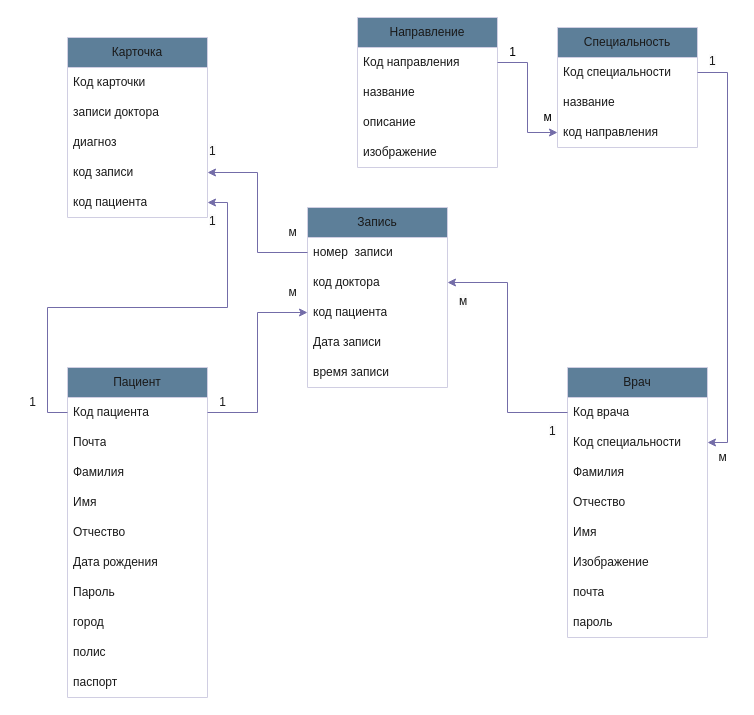
Natalua9/kyrsovay keeps this draw.io diagram as документы по курсовому наташа/ERD диаграмма.drawio. Above is the earlier version. Source tidied: cells renumbered, new cells numbered last; positions are measured from the earlier drawing's top-left corner, leaving out a move shared by most shapes. Both pictures are drawn from the tidied source at 100%, with x=0, y=0 at pixel (17, 17).
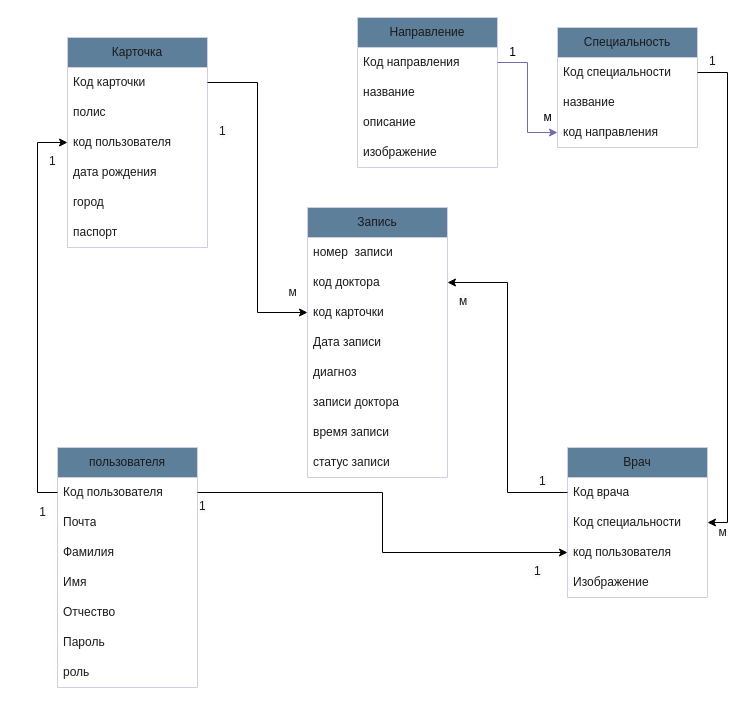
The same diagram, later.

Commit message (it also covers changes not shown here):
документация и диаграммы

Unchanged cells that the change refers to:
```xml
<mxCell id="14" value="Код врача" style="text;strokeColor=none;fillColor=none;align=left;verticalAlign=middle;spacingLeft=4;spacingRight=4;overflow=hidden;points=[[0,0.5],[1,0.5]];portConstraint=eastwest;whiteSpace=wrap;html=1;labelBackgroundColor=none;fontColor=#1A1A1A;" parent="13" vertex="1">
  <mxGeometry y="30" width="140" height="30" as="geometry" />
</mxCell>
<mxCell id="15" value="Код специальности" style="text;strokeColor=none;fillColor=none;align=left;verticalAlign=middle;spacingLeft=4;spacingRight=4;overflow=hidden;points=[[0,0.5],[1,0.5]];portConstraint=eastwest;whiteSpace=wrap;html=1;labelBackgroundColor=none;fontColor=#1A1A1A;" parent="13" vertex="1">
  <mxGeometry y="60" width="140" height="30" as="geometry" />
</mxCell>
<mxCell id="23" value="Код карточки" style="text;strokeColor=none;fillColor=none;align=left;verticalAlign=middle;spacingLeft=4;spacingRight=4;overflow=hidden;points=[[0,0.5],[1,0.5]];portConstraint=eastwest;whiteSpace=wrap;html=1;labelBackgroundColor=none;fontColor=#1A1A1A;" parent="22" vertex="1">
  <mxGeometry y="30" width="140" height="30" as="geometry" />
</mxCell>
<mxCell id="29" value="Код специальности" style="text;strokeColor=none;fillColor=none;align=left;verticalAlign=middle;spacingLeft=4;spacingRight=4;overflow=hidden;points=[[0,0.5],[1,0.5]];portConstraint=eastwest;whiteSpace=wrap;html=1;labelBackgroundColor=none;fontColor=#1A1A1A;" parent="28" vertex="1">
  <mxGeometry y="30" width="140" height="30" as="geometry" />
</mxCell>
<mxCell id="33" value="номер&amp;nbsp; записи" style="text;strokeColor=none;fillColor=none;align=left;verticalAlign=middle;spacingLeft=4;spacingRight=4;overflow=hidden;points=[[0,0.5],[1,0.5]];portConstraint=eastwest;whiteSpace=wrap;html=1;labelBackgroundColor=none;fontColor=#1A1A1A;" parent="32" vertex="1">
  <mxGeometry y="30" width="140" height="30" as="geometry" />
</mxCell>
<mxCell id="34" value="код доктора" style="text;strokeColor=none;fillColor=none;align=left;verticalAlign=middle;spacingLeft=4;spacingRight=4;overflow=hidden;points=[[0,0.5],[1,0.5]];portConstraint=eastwest;whiteSpace=wrap;html=1;labelBackgroundColor=none;fontColor=#1A1A1A;" parent="32" vertex="1">
  <mxGeometry y="60" width="140" height="30" as="geometry" />
</mxCell>
```

Change to the diagram source:
```diff
@@
-    <mxCell id="2" value="Пациент" style="swimlane;fontStyle=0;horizontal=1;startSize=30;whiteSpace=wrap;html=1;labelBackgroundColor=none;fillColor=#5D7F99;strokeColor=#D0CEE2;fontColor=#1A1A1A;" parent="1" vertex="1">
-      <mxGeometry x="50" y="350" width="140" height="330" as="geometry" />
+    <mxCell id="2" value="пользователя" style="swimlane;fontStyle=0;horizontal=1;startSize=30;whiteSpace=wrap;html=1;labelBackgroundColor=none;fillColor=#5D7F99;strokeColor=#D0CEE2;fontColor=#1A1A1A;" parent="1" vertex="1">
+      <mxGeometry x="40" y="430" width="140" height="240" as="geometry" />
     </mxCell>
-    <mxCell id="3" value="Код пациента" style="text;strokeColor=none;fillColor=none;align=left;verticalAlign=middle;spacingLeft=4;spacingRight=4;overflow=hidden;points=[[0,0.5],[1,0.5]];portConstraint=eastwest;whiteSpace=wrap;html=1;labelBackgroundColor=none;fontColor=#1A1A1A;" parent="2" vertex="1">
+    <mxCell id="3" value="Код пользователя" style="text;strokeColor=none;fillColor=none;align=left;verticalAlign=middle;spacingLeft=4;spacingRight=4;overflow=hidden;points=[[0,0.5],[1,0.5]];portConstraint=eastwest;whiteSpace=wrap;html=1;labelBackgroundColor=none;fontColor=#1A1A1A;" parent="2" vertex="1">
       <mxGeometry y="30" width="140" height="30" as="geometry" />
     </mxCell>
@@
-    <mxCell id="8" value="Дата рождения" style="text;strokeColor=none;fillColor=none;align=left;verticalAlign=middle;spacingLeft=4;spacingRight=4;overflow=hidden;whiteSpace=wrap;html=1;labelBackgroundColor=none;fontColor=#1A1A1A;" parent="2" vertex="1">
-      <mxGeometry y="180" width="140" height="30" as="geometry" />
-    </mxCell>
     <mxCell id="9" value="Пароль" style="text;strokeColor=none;fillColor=none;align=left;verticalAlign=middle;spacingLeft=4;spacingRight=4;overflow=hidden;whiteSpace=wrap;html=1;labelBackgroundColor=none;fontColor=#1A1A1A;" parent="2" vertex="1">
-      <mxGeometry y="210" width="140" height="30" as="geometry" />
+      <mxGeometry y="180" width="140" height="30" as="geometry" />
     </mxCell>
-    <mxCell id="10" value="город" style="text;strokeColor=none;fillColor=none;align=left;verticalAlign=middle;spacingLeft=4;spacingRight=4;overflow=hidden;whiteSpace=wrap;html=1;labelBackgroundColor=none;fontColor=#1A1A1A;" parent="2" vertex="1">
-      <mxGeometry y="240" width="140" height="30" as="geometry" />
-    </mxCell>
-    <mxCell id="11" value="полис" style="text;strokeColor=none;fillColor=none;align=left;verticalAlign=middle;spacingLeft=4;spacingRight=4;overflow=hidden;whiteSpace=wrap;html=1;labelBackgroundColor=none;fontColor=#1A1A1A;" parent="2" vertex="1">
-      <mxGeometry y="270" width="140" height="30" as="geometry" />
-    </mxCell>
-    <mxCell id="12" value="паспорт" style="text;strokeColor=none;fillColor=none;align=left;verticalAlign=middle;spacingLeft=4;spacingRight=4;overflow=hidden;whiteSpace=wrap;html=1;labelBackgroundColor=none;fontColor=#1A1A1A;" parent="2" vertex="1">
-      <mxGeometry y="300" width="140" height="30" as="geometry" />
-    </mxCell>
+    <mxCell id="61" value="роль" style="text;strokeColor=none;fillColor=none;align=left;verticalAlign=middle;spacingLeft=4;spacingRight=4;overflow=hidden;whiteSpace=wrap;html=1;labelBackgroundColor=none;fontColor=#1A1A1A;" parent="2" vertex="1">
+      <mxGeometry y="210" width="140" height="30" as="geometry" />
+    </mxCell>
     <mxCell id="13" value="Врач" style="swimlane;fontStyle=0;horizontal=1;startSize=30;whiteSpace=wrap;html=1;labelBackgroundColor=none;fillColor=#5D7F99;strokeColor=#D0CEE2;fontColor=#1A1A1A;" parent="1" vertex="1">
-      <mxGeometry x="550" y="350" width="140" height="270" as="geometry" />
+      <mxGeometry x="550" y="430" width="140" height="150" as="geometry" />
     </mxCell>
@@
-    <mxCell id="16" value="Фамилия" style="text;strokeColor=none;fillColor=none;align=left;verticalAlign=middle;spacingLeft=4;spacingRight=4;overflow=hidden;points=[[0,0.5],[1,0.5]];portConstraint=eastwest;whiteSpace=wrap;html=1;labelBackgroundColor=none;fontColor=#1A1A1A;" parent="13" vertex="1">
+    <mxCell id="16" value="код пользователя" style="text;strokeColor=none;fillColor=none;align=left;verticalAlign=middle;spacingLeft=4;spacingRight=4;overflow=hidden;points=[[0,0.5],[1,0.5]];portConstraint=eastwest;whiteSpace=wrap;html=1;labelBackgroundColor=none;fontColor=#1A1A1A;" parent="13" vertex="1">
       <mxGeometry y="90" width="140" height="30" as="geometry" />
     </mxCell>
-    <mxCell id="17" value="Отчество" style="text;strokeColor=none;fillColor=none;align=left;verticalAlign=middle;spacingLeft=4;spacingRight=4;overflow=hidden;whiteSpace=wrap;html=1;labelBackgroundColor=none;fontColor=#1A1A1A;" parent="13" vertex="1">
-      <mxGeometry y="120" width="140" height="30" as="geometry" />
-    </mxCell>
-    <mxCell id="18" value="Имя" style="text;strokeColor=none;fillColor=none;align=left;verticalAlign=middle;spacingLeft=4;spacingRight=4;overflow=hidden;whiteSpace=wrap;html=1;labelBackgroundColor=none;fontColor=#1A1A1A;" parent="13" vertex="1">
-      <mxGeometry y="150" width="140" height="30" as="geometry" />
-    </mxCell>
     <mxCell id="19" value="Изображение" style="text;strokeColor=none;fillColor=none;align=left;verticalAlign=middle;spacingLeft=4;spacingRight=4;overflow=hidden;whiteSpace=wrap;html=1;labelBackgroundColor=none;fontColor=#1A1A1A;" parent="13" vertex="1">
-      <mxGeometry y="180" width="140" height="30" as="geometry" />
+      <mxGeometry y="120" width="140" height="30" as="geometry" />
     </mxCell>
-    <mxCell id="20" value="почта" style="text;strokeColor=none;fillColor=none;align=left;verticalAlign=middle;spacingLeft=4;spacingRight=4;overflow=hidden;whiteSpace=wrap;html=1;labelBackgroundColor=none;fontColor=#1A1A1A;" parent="13" vertex="1">
-      <mxGeometry y="210" width="140" height="30" as="geometry" />
-    </mxCell>
-    <mxCell id="21" value="пароль" style="text;strokeColor=none;fillColor=none;align=left;verticalAlign=middle;spacingLeft=4;spacingRight=4;overflow=hidden;whiteSpace=wrap;html=1;labelBackgroundColor=none;fontColor=#1A1A1A;" parent="13" vertex="1">
-      <mxGeometry y="240" width="140" height="30" as="geometry" />
-    </mxCell>
     <mxCell id="22" value="Карточка" style="swimlane;fontStyle=0;horizontal=1;startSize=30;whiteSpace=wrap;html=1;labelBackgroundColor=none;fillColor=#5D7F99;strokeColor=#D0CEE2;fontColor=#1A1A1A;" parent="1" vertex="1">
-      <mxGeometry x="50" y="20" width="140" height="180" as="geometry" />
+      <mxGeometry x="50" y="20" width="140" height="210" as="geometry" />
     </mxCell>
@@
-    <mxCell id="24" value="записи доктора" style="text;strokeColor=none;fillColor=none;align=left;verticalAlign=middle;spacingLeft=4;spacingRight=4;overflow=hidden;whiteSpace=wrap;html=1;labelBackgroundColor=none;fontColor=#1A1A1A;" parent="22" vertex="1">
-      <mxGeometry y="60" width="140" height="30" as="geometry" />
-    </mxCell>
-    <mxCell id="25" value="диагноз" style="text;strokeColor=none;fillColor=none;align=left;verticalAlign=middle;spacingLeft=4;spacingRight=4;overflow=hidden;whiteSpace=wrap;html=1;labelBackgroundColor=none;fontColor=#1A1A1A;" parent="22" vertex="1">
-      <mxGeometry y="90" width="140" height="30" as="geometry" />
-    </mxCell>
-    <mxCell id="26" value="код записи" style="text;strokeColor=none;fillColor=none;align=left;verticalAlign=middle;spacingLeft=4;spacingRight=4;overflow=hidden;points=[[0,0.5],[1,0.5]];portConstraint=eastwest;whiteSpace=wrap;html=1;labelBackgroundColor=none;fontColor=#1A1A1A;" parent="22" vertex="1">
-      <mxGeometry y="120" width="140" height="30" as="geometry" />
+    <mxCell id="26" value="полис" style="text;strokeColor=none;fillColor=none;align=left;verticalAlign=middle;spacingLeft=4;spacingRight=4;overflow=hidden;points=[[0,0.5],[1,0.5]];portConstraint=eastwest;whiteSpace=wrap;html=1;labelBackgroundColor=none;fontColor=#1A1A1A;" parent="22" vertex="1">
+      <mxGeometry y="60" width="140" height="30" as="geometry" />
     </mxCell>
-    <mxCell id="27" value="код пациента" style="text;strokeColor=none;fillColor=none;align=left;verticalAlign=middle;spacingLeft=4;spacingRight=4;overflow=hidden;points=[[0,0.5],[1,0.5]];portConstraint=eastwest;whiteSpace=wrap;html=1;labelBackgroundColor=none;fontColor=#1A1A1A;" parent="22" vertex="1">
-      <mxGeometry y="150" width="140" height="30" as="geometry" />
+    <mxCell id="27" value="код пользователя" style="text;strokeColor=none;fillColor=none;align=left;verticalAlign=middle;spacingLeft=4;spacingRight=4;overflow=hidden;points=[[0,0.5],[1,0.5]];portConstraint=eastwest;whiteSpace=wrap;html=1;labelBackgroundColor=none;fontColor=#1A1A1A;" parent="22" vertex="1">
+      <mxGeometry y="90" width="140" height="30" as="geometry" />
     </mxCell>
+    <mxCell id="62" value="дата рождения" style="text;strokeColor=none;fillColor=none;align=left;verticalAlign=middle;spacingLeft=4;spacingRight=4;overflow=hidden;whiteSpace=wrap;html=1;labelBackgroundColor=none;fontColor=#1A1A1A;" parent="22" vertex="1">
+      <mxGeometry y="120" width="140" height="30" as="geometry" />
+    </mxCell>
+    <mxCell id="10" value="город" style="text;strokeColor=none;fillColor=none;align=left;verticalAlign=middle;spacingLeft=4;spacingRight=4;overflow=hidden;whiteSpace=wrap;html=1;labelBackgroundColor=none;fontColor=#1A1A1A;" parent="22" vertex="1">
+      <mxGeometry y="150" width="140" height="30" as="geometry" />
+    </mxCell>
+    <mxCell id="12" value="паспорт" style="text;strokeColor=none;fillColor=none;align=left;verticalAlign=middle;spacingLeft=4;spacingRight=4;overflow=hidden;whiteSpace=wrap;html=1;labelBackgroundColor=none;fontColor=#1A1A1A;" parent="22" vertex="1">
+      <mxGeometry y="180" width="140" height="30" as="geometry" />
+    </mxCell>
@@
     <mxCell id="32" value="Запись" style="swimlane;fontStyle=0;horizontal=1;startSize=30;whiteSpace=wrap;html=1;labelBackgroundColor=none;fillColor=#5D7F99;strokeColor=#D0CEE2;fontColor=#1A1A1A;" parent="1" vertex="1">
-      <mxGeometry x="290" y="190" width="140" height="180" as="geometry" />
+      <mxGeometry x="290" y="190" width="140" height="270" as="geometry" />
     </mxCell>
@@
-    <mxCell id="35" value="код пациента" style="text;strokeColor=none;fillColor=none;align=left;verticalAlign=middle;spacingLeft=4;spacingRight=4;overflow=hidden;points=[[0,0.5],[1,0.5]];portConstraint=eastwest;whiteSpace=wrap;html=1;labelBackgroundColor=none;fontColor=#1A1A1A;" parent="32" vertex="1">
+    <mxCell id="35" value="код карточки" style="text;strokeColor=none;fillColor=none;align=left;verticalAlign=middle;spacingLeft=4;spacingRight=4;overflow=hidden;points=[[0,0.5],[1,0.5]];portConstraint=eastwest;whiteSpace=wrap;html=1;labelBackgroundColor=none;fontColor=#1A1A1A;" parent="32" vertex="1">
       <mxGeometry y="90" width="140" height="30" as="geometry" />
     </mxCell>
@@
+    <mxCell id="25" value="диагноз" style="text;strokeColor=none;fillColor=none;align=left;verticalAlign=middle;spacingLeft=4;spacingRight=4;overflow=hidden;whiteSpace=wrap;html=1;labelBackgroundColor=none;fontColor=#1A1A1A;" parent="32" vertex="1">
+      <mxGeometry y="150" width="140" height="30" as="geometry" />
+    </mxCell>
+    <mxCell id="24" value="записи доктора" style="text;strokeColor=none;fillColor=none;align=left;verticalAlign=middle;spacingLeft=4;spacingRight=4;overflow=hidden;whiteSpace=wrap;html=1;labelBackgroundColor=none;fontColor=#1A1A1A;" parent="32" vertex="1">
+      <mxGeometry y="180" width="140" height="30" as="geometry" />
+    </mxCell>
     <mxCell id="37" value="время записи" style="text;strokeColor=none;fillColor=none;align=left;verticalAlign=middle;spacingLeft=4;spacingRight=4;overflow=hidden;whiteSpace=wrap;html=1;labelBackgroundColor=none;fontColor=#1A1A1A;" parent="32" vertex="1">
-      <mxGeometry y="150" width="140" height="30" as="geometry" />
+      <mxGeometry y="210" width="140" height="30" as="geometry" />
     </mxCell>
-    <mxCell id="38" style="edgeStyle=orthogonalEdgeStyle;rounded=0;jettySize=auto;html=1;entryX=1;entryY=0.5;entryDx=0;entryDy=0;strokeColor=#736CA8;fontColor=#1A1A1A;" parent="1" edge="1" source="3" target="27">
-      <mxGeometry relative="1" as="geometry" />
-    </mxCell>
-    <mxCell id="39" style="edgeStyle=orthogonalEdgeStyle;rounded=0;jettySize=auto;html=1;exitX=1;exitY=0.5;exitDx=0;exitDy=0;entryX=0;entryY=0.5;entryDx=0;entryDy=0;strokeColor=#736CA8;fontColor=#1A1A1A;" parent="1" edge="1" source="3" target="35">
-      <mxGeometry relative="1" as="geometry" />
-    </mxCell>
-    <mxCell id="40" style="edgeStyle=orthogonalEdgeStyle;rounded=0;jettySize=auto;html=1;exitX=0;exitY=0.5;exitDx=0;exitDy=0;entryX=1;entryY=0.5;entryDx=0;entryDy=0;strokeColor=#736CA8;fontColor=#1A1A1A;" parent="1" edge="1" source="33" target="26">
-      <mxGeometry relative="1" as="geometry" />
-    </mxCell>
-    <mxCell id="41" style="edgeStyle=orthogonalEdgeStyle;rounded=0;jettySize=auto;html=1;exitX=0;exitY=0.5;exitDx=0;exitDy=0;entryX=1;entryY=0.5;entryDx=0;entryDy=0;strokeColor=#736CA8;fontColor=#1A1A1A;" parent="1" edge="1" source="14" target="34">
-      <mxGeometry relative="1" as="geometry" />
-    </mxCell>
-    <mxCell id="42" style="edgeStyle=orthogonalEdgeStyle;rounded=0;jettySize=auto;html=1;exitX=1;exitY=0.5;exitDx=0;exitDy=0;entryX=1;entryY=0.5;entryDx=0;entryDy=0;strokeColor=#736CA8;fontColor=#1A1A1A;" parent="1" edge="1" source="29" target="15">
-      <mxGeometry relative="1" as="geometry" />
-    </mxCell>
+    <mxCell id="63" value="статус записи" style="text;strokeColor=none;fillColor=none;align=left;verticalAlign=middle;spacingLeft=4;spacingRight=4;overflow=hidden;whiteSpace=wrap;html=1;labelBackgroundColor=none;fontColor=#1A1A1A;" parent="32" vertex="1">
+      <mxGeometry y="240" width="140" height="30" as="geometry" />
+    </mxCell>
     <mxCell id="43" value="1" style="text;html=1;align=center;verticalAlign=middle;strokeColor=none;fillColor=none;fontColor=#1A1A1A;" parent="1" vertex="1">
-      <mxGeometry y="370" width="30" height="30" as="geometry" />
+      <mxGeometry x="10" y="480" width="30" height="30" as="geometry" />
     </mxCell>
-    <mxCell id="44" value="&lt;span style=&quot;color: rgb(26, 26, 26); font-family: Helvetica; font-size: 12px; font-style: normal; font-variant-ligatures: normal; font-variant-caps: normal; font-weight: 400; letter-spacing: normal; orphans: 2; text-align: center; text-indent: 0px; text-transform: none; widows: 2; word-spacing: 0px; -webkit-text-stroke-width: 0px; background-color: rgb(251, 251, 251); text-decoration-thickness: initial; text-decoration-style: initial; text-decoration-color: initial; float: none; display: inline !important;&quot;&gt;1&lt;/span&gt;" style="text;whiteSpace=wrap;html=1;fontColor=#1A1A1A;" parent="1" vertex="1">
-      <mxGeometry x="190" y="190" width="20" height="40" as="geometry" />
-    </mxCell>
-    <mxCell id="45" value="1" style="text;html=1;align=center;verticalAlign=middle;strokeColor=none;fillColor=none;fontColor=#1A1A1A;" parent="1" vertex="1">
-      <mxGeometry x="190" y="370" width="30" height="30" as="geometry" />
-    </mxCell>
-    <mxCell id="46" value="м" style="text;html=1;align=center;verticalAlign=middle;strokeColor=none;fillColor=none;fontColor=#1A1A1A;" parent="1" vertex="1">
-      <mxGeometry x="260" y="260" width="30" height="30" as="geometry" />
-    </mxCell>
     <mxCell id="47" value="&lt;span style=&quot;color: rgb(26, 26, 26); font-family: Helvetica; font-size: 12px; font-style: normal; font-variant-ligatures: normal; font-variant-caps: normal; font-weight: 400; letter-spacing: normal; orphans: 2; text-align: center; text-indent: 0px; text-transform: none; widows: 2; word-spacing: 0px; -webkit-text-stroke-width: 0px; background-color: rgb(251, 251, 251); text-decoration-thickness: initial; text-decoration-style: initial; text-decoration-color: initial; float: none; display: inline !important;&quot;&gt;1&lt;/span&gt;" style="text;whiteSpace=wrap;html=1;fontColor=#1A1A1A;" parent="1" vertex="1">
-      <mxGeometry x="190" y="120" width="20" height="40" as="geometry" />
+      <mxGeometry x="30" y="130" width="20" height="40" as="geometry" />
     </mxCell>
     <mxCell id="48" value="м" style="text;html=1;align=center;verticalAlign=middle;strokeColor=none;fillColor=none;fontColor=#1A1A1A;" parent="1" vertex="1">
-      <mxGeometry x="260" y="200" width="30" height="30" as="geometry" />
+      <mxGeometry x="260" y="260" width="30" height="30" as="geometry" />
     </mxCell>
     <mxCell id="49" value="м" style="text;html=1;align=center;verticalAlign=middle;strokeColor=none;fillColor=none;fontColor=#1A1A1A;" parent="1" vertex="1">
-      <mxGeometry x="690" y="425" width="30" height="30" as="geometry" />
+      <mxGeometry x="690" y="500" width="30" height="30" as="geometry" />
     </mxCell>
@@
     <mxCell id="51" value="&lt;span style=&quot;color: rgb(26, 26, 26); font-family: Helvetica; font-size: 12px; font-style: normal; font-variant-ligatures: normal; font-variant-caps: normal; font-weight: 400; letter-spacing: normal; orphans: 2; text-align: center; text-indent: 0px; text-transform: none; widows: 2; word-spacing: 0px; -webkit-text-stroke-width: 0px; background-color: rgb(251, 251, 251); text-decoration-thickness: initial; text-decoration-style: initial; text-decoration-color: initial; float: none; display: inline !important;&quot;&gt;1&lt;/span&gt;" style="text;whiteSpace=wrap;html=1;fontColor=#1A1A1A;" parent="1" vertex="1">
-      <mxGeometry x="530" y="400" width="40" height="40" as="geometry" />
+      <mxGeometry x="520" y="450" width="40" height="40" as="geometry" />
     </mxCell>
@@
+    <mxCell id="38" style="edgeStyle=orthogonalEdgeStyle;rounded=0;jettySize=auto;html=1;entryX=0;entryY=0.5;entryDx=0;entryDy=0;exitX=0;exitY=0.5;exitDx=0;exitDy=0;" parent="1" edge="1" source="3" target="27">
+      <mxGeometry relative="1" as="geometry" />
+    </mxCell>
+    <mxCell id="64" value="&lt;span style=&quot;color: rgb(26, 26, 26); font-family: Helvetica; font-size: 12px; font-style: normal; font-variant-ligatures: normal; font-variant-caps: normal; font-weight: 400; letter-spacing: normal; orphans: 2; text-align: center; text-indent: 0px; text-transform: none; widows: 2; word-spacing: 0px; -webkit-text-stroke-width: 0px; background-color: rgb(251, 251, 251); text-decoration-thickness: initial; text-decoration-style: initial; text-decoration-color: initial; float: none; display: inline !important;&quot;&gt;1&lt;/span&gt;" style="text;whiteSpace=wrap;html=1;fontColor=#1A1A1A;" parent="1" vertex="1">
+      <mxGeometry x="200" y="100" width="20" height="40" as="geometry" />
+    </mxCell>
+    <mxCell id="65" style="edgeStyle=orthogonalEdgeStyle;rounded=0;jettySize=auto;html=1;entryX=0;entryY=0.5;entryDx=0;entryDy=0;" parent="1" edge="1" source="3" target="16">
+      <mxGeometry relative="1" as="geometry" />
+    </mxCell>
+    <mxCell id="41" style="edgeStyle=orthogonalEdgeStyle;rounded=0;jettySize=auto;html=1;entryX=1;entryY=0.5;entryDx=0;entryDy=0;" parent="1" edge="1" source="14" target="34">
+      <mxGeometry relative="1" as="geometry" />
+    </mxCell>
+    <mxCell id="42" style="edgeStyle=orthogonalEdgeStyle;rounded=0;jettySize=auto;html=1;entryX=1;entryY=0.5;entryDx=0;entryDy=0;" parent="1" edge="1" source="29" target="15">
+      <mxGeometry relative="1" as="geometry" />
+    </mxCell>
+    <mxCell id="66" value="&lt;span style=&quot;color: rgb(26, 26, 26); font-family: Helvetica; font-size: 12px; font-style: normal; font-variant-ligatures: normal; font-variant-caps: normal; font-weight: 400; letter-spacing: normal; orphans: 2; text-align: center; text-indent: 0px; text-transform: none; widows: 2; word-spacing: 0px; -webkit-text-stroke-width: 0px; background-color: rgb(251, 251, 251); text-decoration-thickness: initial; text-decoration-style: initial; text-decoration-color: initial; float: none; display: inline !important;&quot;&gt;1&lt;/span&gt;" style="text;whiteSpace=wrap;html=1;fontColor=#1A1A1A;" parent="1" vertex="1">
+      <mxGeometry x="180" y="475" width="20" height="25" as="geometry" />
+    </mxCell>
+    <mxCell id="67" value="&lt;span style=&quot;color: rgb(26, 26, 26); font-family: Helvetica; font-size: 12px; font-style: normal; font-variant-ligatures: normal; font-variant-caps: normal; font-weight: 400; letter-spacing: normal; orphans: 2; text-align: center; text-indent: 0px; text-transform: none; widows: 2; word-spacing: 0px; -webkit-text-stroke-width: 0px; background-color: rgb(251, 251, 251); text-decoration-thickness: initial; text-decoration-style: initial; text-decoration-color: initial; float: none; display: inline !important;&quot;&gt;1&lt;/span&gt;" style="text;whiteSpace=wrap;html=1;fontColor=#1A1A1A;" parent="1" vertex="1">
+      <mxGeometry x="515" y="540" width="25" height="20" as="geometry" />
+    </mxCell>
+    <mxCell id="68" style="edgeStyle=orthogonalEdgeStyle;rounded=0;jettySize=auto;html=1;entryX=0;entryY=0.5;entryDx=0;entryDy=0;" parent="1" edge="1" source="23" target="35">
+      <mxGeometry relative="1" as="geometry" />
+    </mxCell>
```
